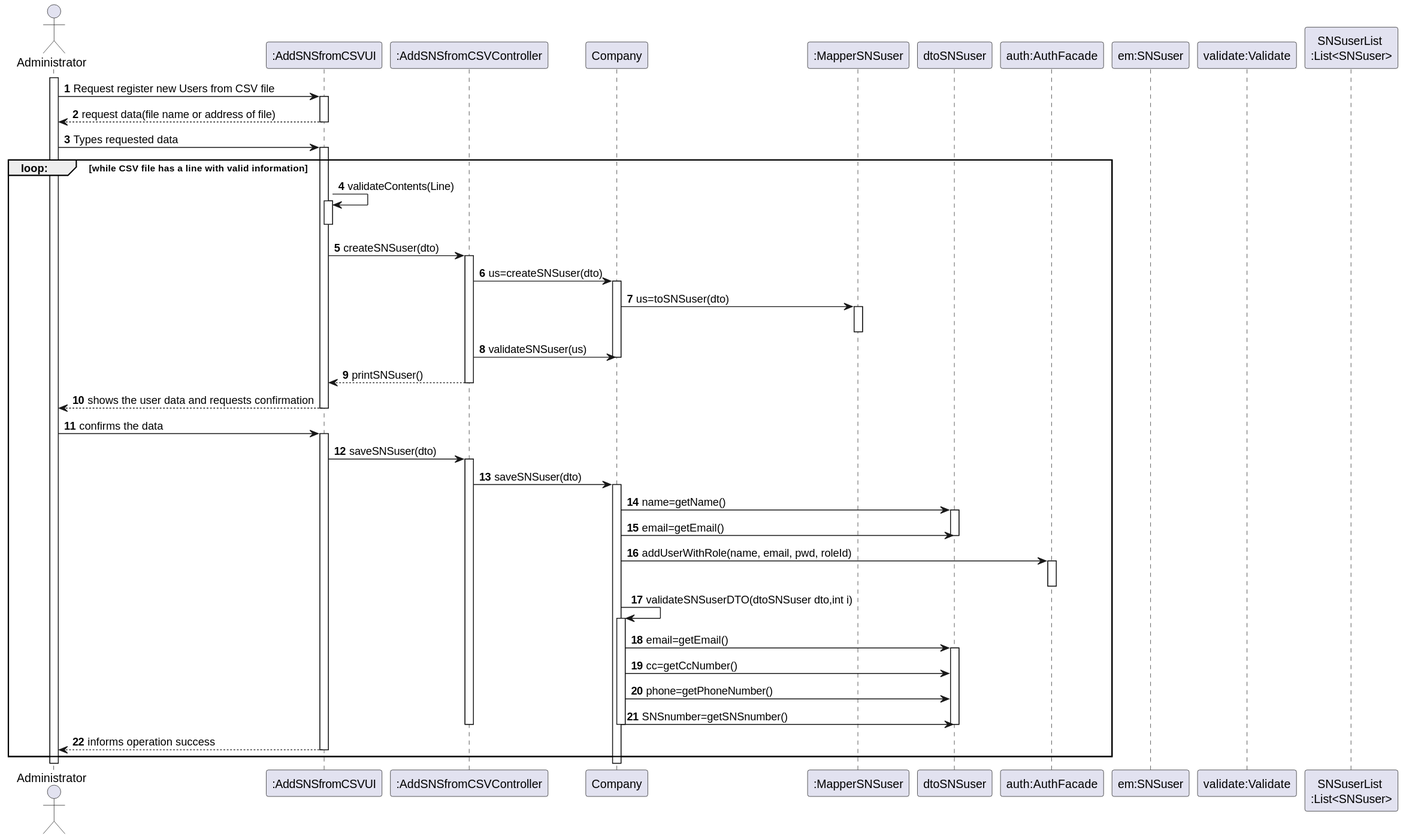
Above: docs/SprintC/US014/US014_SD.svg in osnilas/SNSsystem (PlantUML), before the change.
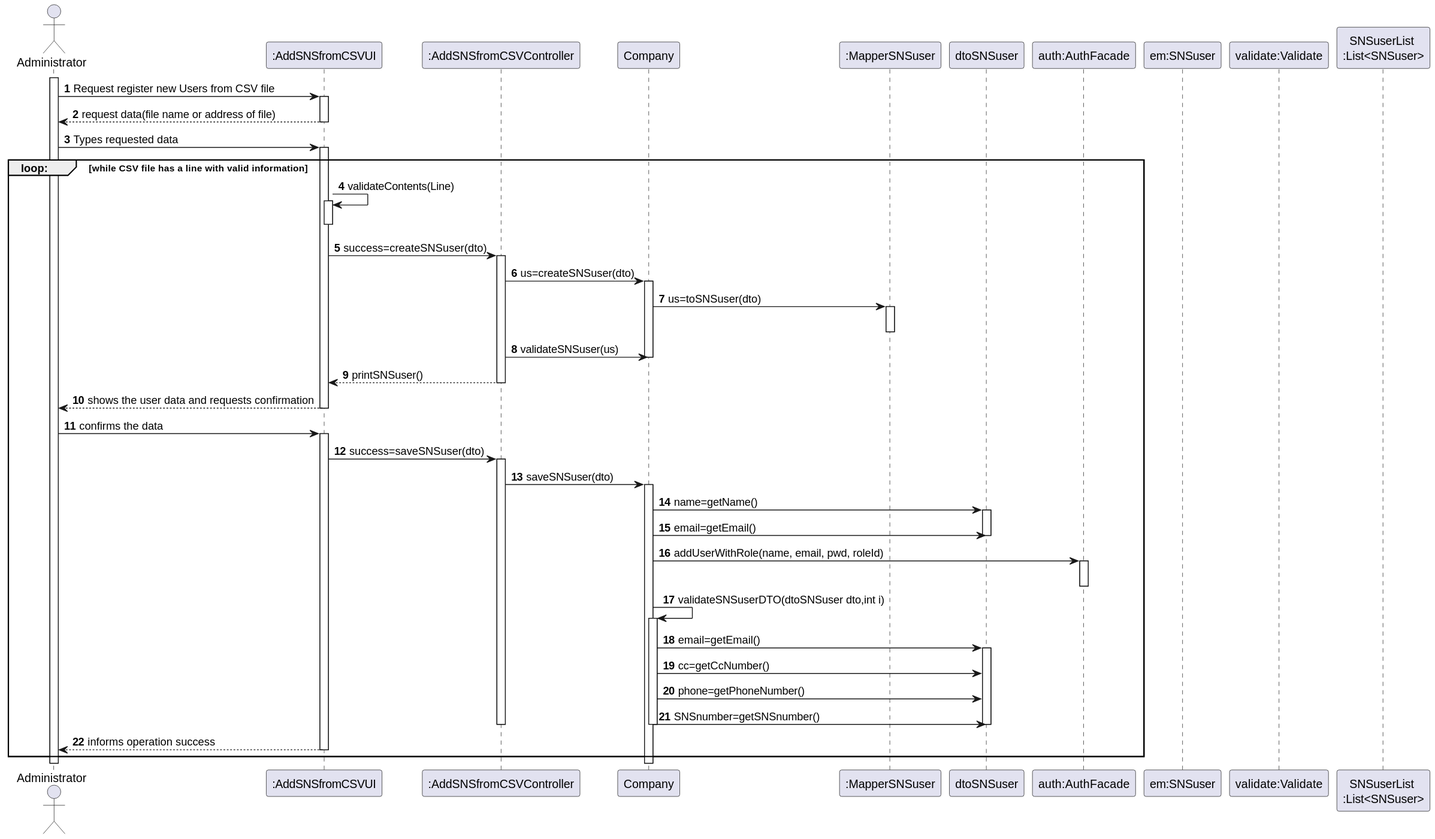
The same diagram one commit later.

Change to the diagram source:
```diff
@@ -26,7 +26,7 @@
        UI->UI:validateContents(Line)
        activate UI
        deactivate UI
-       UI->CTRL: createSNSuser(dto)
+       UI->CTRL: success=createSNSuser(dto)
        activate CTRL
        CTRL->COMP: us=createSNSuser(dto)
        activate COMP
@@ -41,7 +41,7 @@
        deactivate UI
        ADM -> UI: confirms the data
        activate UI
-       UI->CTRL:saveSNSuser(dto)
+       UI->CTRL:success=saveSNSuser(dto)
        activate CTRL
        CTRL->COMP:saveSNSuser(dto)
        activate COMP
```
